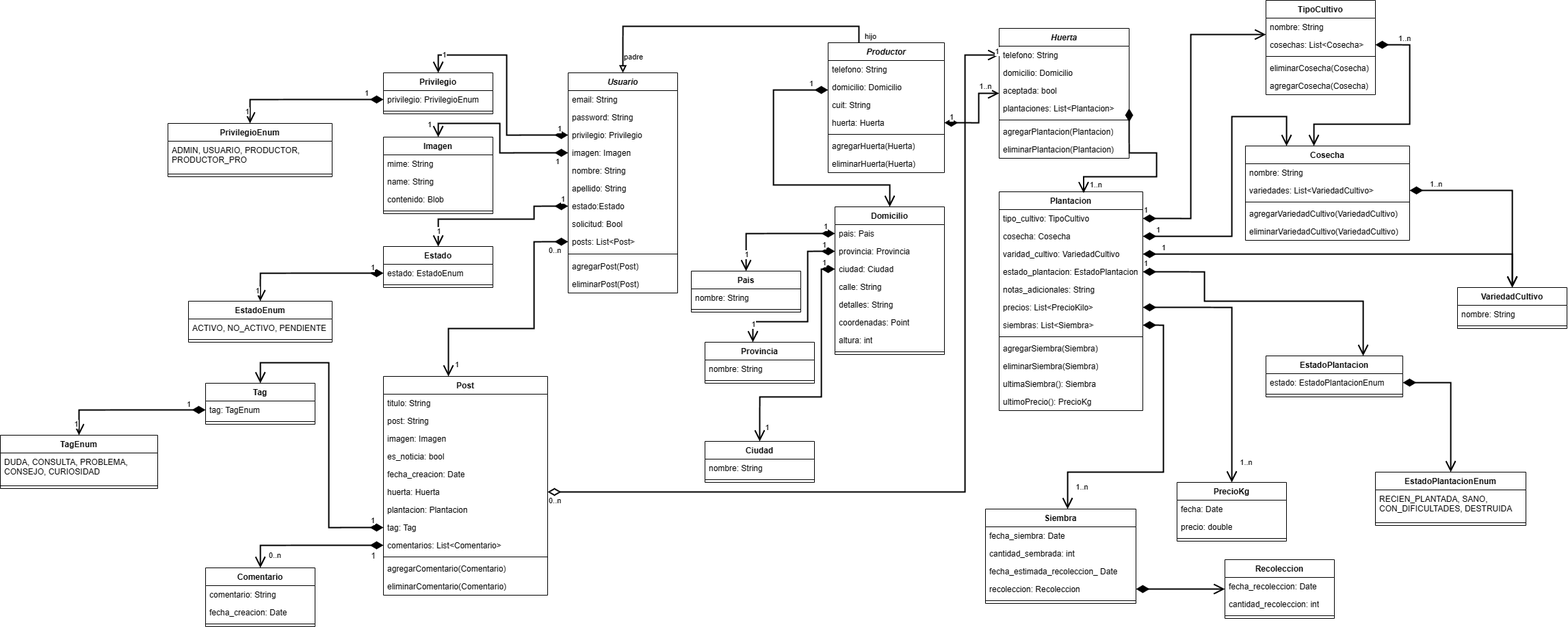
davichuder/huertas_agroecologicas keeps this draw.io diagram as diagramas/Diagrama de clases.drawio.png. Above is the earlier version. Source tidied: cells renumbered, new cells last; positions are measured from the earlier drawing's top-left corner, leaving out a move shared by most shapes.
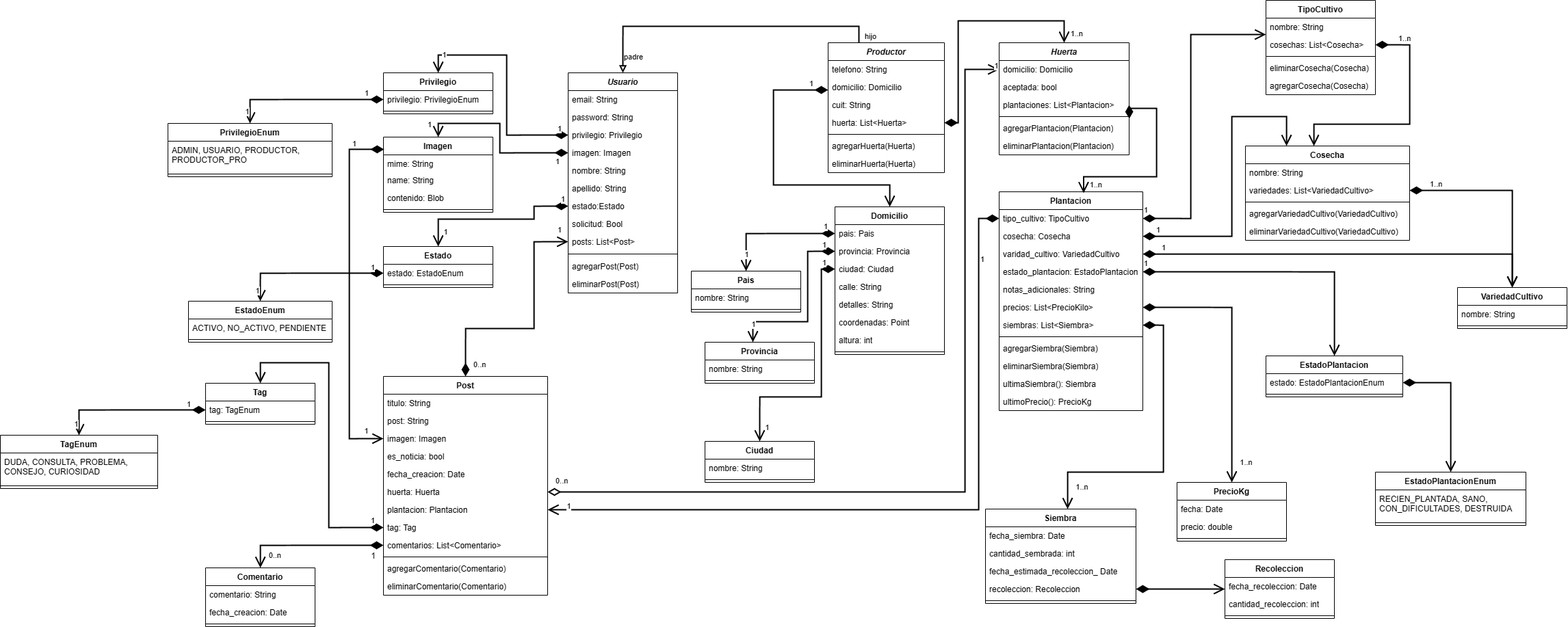
After the commit.

Diff of the diagram source:
```diff
@@ -60,19 +60,19 @@
       <mxGeometry y="70" width="240" height="8" as="geometry" />
     </mxCell>
     <mxCell id="21" value="Imagen" style="swimlane;fontStyle=1;align=center;verticalAlign=top;horizontal=1;startSize=26;whiteSpace=wrap;html=1;" parent="1" vertex="1">
-      <mxGeometry x="560" y="200" width="160" height="112" as="geometry" />
+      <mxGeometry x="560" y="200" width="160" height="110" as="geometry" />
     </mxCell>
     <mxCell id="22" value="mime: String" style="text;strokeColor=none;fillColor=none;align=left;verticalAlign=top;spacingLeft=4;spacingRight=4;overflow=hidden;whiteSpace=wrap;html=1;" parent="21" vertex="1">
-      <mxGeometry y="26" width="160" height="26" as="geometry" />
+      <mxGeometry y="26" width="160" height="24" as="geometry" />
     </mxCell>
     <mxCell id="23" value="name: String" style="text;strokeColor=none;fillColor=none;align=left;verticalAlign=top;spacingLeft=4;spacingRight=4;overflow=hidden;whiteSpace=wrap;html=1;" parent="21" vertex="1">
-      <mxGeometry y="52" width="160" height="26" as="geometry" />
+      <mxGeometry y="50" width="160" height="26" as="geometry" />
     </mxCell>
     <mxCell id="24" value="contenido: Blob" style="text;strokeColor=none;fillColor=none;align=left;verticalAlign=top;spacingLeft=4;spacingRight=4;overflow=hidden;whiteSpace=wrap;html=1;" parent="21" vertex="1">
-      <mxGeometry y="78" width="160" height="26" as="geometry" />
+      <mxGeometry y="76" width="160" height="26" as="geometry" />
     </mxCell>
     <mxCell id="25" style="line;strokeWidth=1;fillColor=none;align=left;verticalAlign=middle;spacingTop=-1;spacingLeft=3;spacingRight=3;labelPosition=right;strokeColor=inherit;" parent="21" vertex="1">
-      <mxGeometry y="104" width="160" height="8" as="geometry" />
+      <mxGeometry y="102" width="160" height="8" as="geometry" />
     </mxCell>
     <mxCell id="26" value="Pais" style="swimlane;fontStyle=1;align=center;verticalAlign=top;horizontal=1;startSize=26;whiteSpace=wrap;html=1;" parent="1" vertex="1">
       <mxGeometry x="1010" y="396" width="160" height="60" as="geometry" />
@@ -140,7 +140,7 @@
     <mxCell id="47" value="cuit: String" style="text;align=left;verticalAlign=top;spacingLeft=4;spacingRight=4;overflow=hidden;rounded=0;shadow=0;html=0;" parent="44" vertex="1">
       <mxGeometry y="78" width="170" height="26" as="geometry" />
     </mxCell>
-    <mxCell id="48" value="huerta: Huerta" style="text;strokeColor=none;fillColor=none;align=left;verticalAlign=top;spacingLeft=4;spacingRight=4;overflow=hidden;points=[[0,0.5],[1,0.5]];portConstraint=eastwest;whiteSpace=wrap;html=1;" parent="44" vertex="1">
+    <mxCell id="48" value="huerta: List&amp;lt;Huerta&amp;gt;" style="text;strokeColor=none;fillColor=none;align=left;verticalAlign=top;spacingLeft=4;spacingRight=4;overflow=hidden;points=[[0,0.5],[1,0.5]];portConstraint=eastwest;whiteSpace=wrap;html=1;" parent="44" vertex="1">
       <mxGeometry y="104" width="170" height="26" as="geometry" />
     </mxCell>
     <mxCell id="49" style="line;html=1;strokeWidth=1;align=left;verticalAlign=middle;spacingTop=-1;spacingLeft=3;spacingRight=3;labelPosition=right;" parent="44" vertex="1">
@@ -192,28 +192,25 @@
       <mxGeometry y="294" width="240" height="26" as="geometry" />
     </mxCell>
     <mxCell id="65" value="Huerta" style="swimlane;fontStyle=3;align=center;verticalAlign=top;horizontal=1;startSize=26;rounded=0;shadow=0;strokeWidth=1;" parent="1" vertex="1">
-      <mxGeometry x="1460" y="41" width="190" height="190" as="geometry" />
+      <mxGeometry x="1460" y="62" width="190" height="164" as="geometry" />
     </mxCell>
-    <mxCell id="66" value="telefono: String" style="text;align=left;verticalAlign=top;spacingLeft=4;spacingRight=4;overflow=hidden;" parent="65" vertex="1">
-      <mxGeometry y="26" width="190" height="26" as="geometry" />
-    </mxCell>
     <mxCell id="67" value="domicilio: Domicilio" style="text;align=left;verticalAlign=top;spacingLeft=4;spacingRight=4;overflow=hidden;points=[[0,0.5],[1,0.5]];portConstraint=eastwest;rounded=0;shadow=0;html=0;" parent="65" vertex="1">
-      <mxGeometry y="52" width="190" height="26" as="geometry" />
+      <mxGeometry y="26" width="190" height="26" as="geometry" />
     </mxCell>
     <mxCell id="68" value="aceptada: bool" style="text;align=left;verticalAlign=top;spacingLeft=4;spacingRight=4;overflow=hidden;rounded=0;shadow=0;html=0;" parent="65" vertex="1">
-      <mxGeometry y="78" width="190" height="26" as="geometry" />
+      <mxGeometry y="52" width="190" height="26" as="geometry" />
     </mxCell>
     <mxCell id="69" value="plantaciones: List&amp;lt;Plantacion&amp;gt;" style="text;strokeColor=none;fillColor=none;align=left;verticalAlign=top;spacingLeft=4;spacingRight=4;overflow=hidden;points=[[0,0.5],[1,0.5]];portConstraint=eastwest;whiteSpace=wrap;html=1;" parent="65" vertex="1">
-      <mxGeometry y="104" width="190" height="26" as="geometry" />
+      <mxGeometry y="78" width="190" height="26" as="geometry" />
     </mxCell>
     <mxCell id="70" style="line;html=1;strokeWidth=1;align=left;verticalAlign=middle;spacingTop=-1;spacingLeft=3;spacingRight=3;labelPosition=right;" parent="65" vertex="1">
-      <mxGeometry y="130" width="190" height="8" as="geometry" />
+      <mxGeometry y="104" width="190" height="8" as="geometry" />
     </mxCell>
     <mxCell id="71" value="agregarPlantacion(Plantacion)" style="text;strokeColor=none;fillColor=none;align=left;verticalAlign=top;spacingLeft=4;spacingRight=4;overflow=hidden;whiteSpace=wrap;html=1;" parent="65" vertex="1">
-      <mxGeometry y="138" width="190" height="26" as="geometry" />
+      <mxGeometry y="112" width="190" height="26" as="geometry" />
     </mxCell>
     <mxCell id="72" value="eliminarPlantacion(Plantacion)" style="text;strokeColor=none;fillColor=none;align=left;verticalAlign=top;spacingLeft=4;spacingRight=4;overflow=hidden;whiteSpace=wrap;html=1;" parent="65" vertex="1">
-      <mxGeometry y="164" width="190" height="26" as="geometry" />
+      <mxGeometry y="138" width="190" height="26" as="geometry" />
     </mxCell>
     <mxCell id="73" value="Tag" style="swimlane;fontStyle=1;align=center;verticalAlign=top;horizontal=1;startSize=26;whiteSpace=wrap;html=1;" parent="1" vertex="1">
       <mxGeometry x="300" y="560" width="160" height="60" as="geometry" />
@@ -430,7 +427,7 @@
     </mxCell>
     <mxCell id="140" value="1" style="edgeLabel;html=1;align=center;verticalAlign=middle;" parent="139" vertex="1">
       <mxGeometry x="0.89" y="2" relative="1" as="geometry">
-        <mxPoint x="-2" y="-8" as="offset" />
+        <mxPoint x="8" y="-7" as="offset" />
       </mxGeometry>
     </mxCell>
     <mxCell id="141" style="endArrow=open;html=1;endSize=12;startArrow=diamondThin;startSize=14;startFill=1;edgeStyle=orthogonalEdgeStyle;rounded=0;exitX=0;exitY=0.5;exitDx=0;exitDy=0;strokeWidth=2;" parent="1" edge="1" source="6" target="21">
@@ -487,23 +484,23 @@
         <mxPoint x="30" y="-30" as="offset" />
       </mxGeometry>
     </mxCell>
-    <mxCell id="150" style="endArrow=open;html=1;endSize=12;startArrow=diamondThin;startSize=14;startFill=1;edgeStyle=orthogonalEdgeStyle;rounded=0;exitX=0;exitY=0.5;exitDx=0;exitDy=0;strokeWidth=2;" parent="1" edge="1" source="11" target="52">
+    <mxCell id="150" style="endArrow=open;html=1;endSize=12;startArrow=diamondThin;startSize=14;startFill=1;edgeStyle=orthogonalEdgeStyle;rounded=0;exitX=0.5;exitY=0;exitDx=0;exitDy=0;strokeWidth=2;entryX=0;entryY=0.5;entryDx=0;entryDy=0;" parent="1" edge="1" source="52" target="11">
       <mxGeometry relative="1" as="geometry">
         <Array as="points">
+          <mxPoint x="680" y="480" />
+          <mxPoint x="780" y="480" />
           <mxPoint x="780" y="353" />
-          <mxPoint x="780" y="480" />
-          <mxPoint x="655" y="480" />
         </Array>
       </mxGeometry>
     </mxCell>
     <mxCell id="151" value="0..n" style="edgeLabel;html=1;align=left;verticalAlign=top;" parent="150" vertex="1">
       <mxGeometry x="-1" relative="1" as="geometry">
-        <mxPoint x="-30" as="offset" />
+        <mxPoint x="10" y="-30" as="offset" />
       </mxGeometry>
     </mxCell>
     <mxCell id="152" value="1" style="edgeLabel;html=1;align=right;verticalAlign=top;" parent="150" vertex="1">
       <mxGeometry x="1" relative="1" as="geometry">
-        <mxPoint x="15" y="-30" as="offset" />
+        <mxPoint x="-9" y="-30" as="offset" />
       </mxGeometry>
     </mxCell>
     <mxCell id="153" value="1" style="endArrow=open;html=1;endSize=12;startArrow=diamondThin;startSize=14;startFill=1;edgeStyle=orthogonalEdgeStyle;align=left;verticalAlign=bottom;rounded=0;strokeWidth=2;" parent="1" edge="1" source="44" target="35">
@@ -548,29 +545,18 @@
     <mxCell id="159" value="1" style="edgeLabel;html=1;align=center;verticalAlign=middle;" parent="158" vertex="1">
       <mxGeometry x="0.74" relative="1" as="geometry" />
     </mxCell>
-    <mxCell id="160" value="1" style="endArrow=open;html=1;endSize=12;startArrow=diamondThin;startSize=14;startFill=1;edgeStyle=orthogonalEdgeStyle;align=left;verticalAlign=bottom;rounded=0;exitX=1;exitY=0.5;exitDx=0;exitDy=0;strokeWidth=2;" parent="1" edge="1" source="48" target="65">
-      <mxGeometry x="-0.9" y="-1" relative="1" as="geometry">
-        <Array as="points">
-          <mxPoint x="1430" y="179" />
-          <mxPoint x="1430" y="136" />
-        </Array>
-      </mxGeometry>
-    </mxCell>
-    <mxCell id="161" value="1..n" style="edgeLabel;html=1;align=center;verticalAlign=middle;" parent="160" vertex="1">
-      <mxGeometry x="0.93" y="2" relative="1" as="geometry">
-        <mxPoint x="-16" y="-9" as="offset" />
-      </mxGeometry>
-    </mxCell>
-    <mxCell id="162" style="endArrow=open;html=1;endSize=12;startArrow=diamondThin;startSize=14;startFill=0;edgeStyle=orthogonalEdgeStyle;rounded=0;exitX=1;exitY=0.5;exitDx=0;exitDy=0;strokeWidth=2;" parent="1" edge="1" source="58" target="65">
+    <mxCell id="162" style="endArrow=open;html=1;endSize=12;startArrow=diamondThin;startSize=14;startFill=0;edgeStyle=orthogonalEdgeStyle;rounded=0;exitX=1;exitY=0.5;exitDx=0;exitDy=0;strokeWidth=2;entryX=0;entryY=0.5;entryDx=0;entryDy=0;" parent="1" edge="1" source="58" target="67">
       <mxGeometry relative="1" as="geometry">
         <Array as="points">
           <mxPoint x="1410" y="719" />
-          <mxPoint x="1410" y="80" />
+          <mxPoint x="1410" y="101" />
         </Array>
       </mxGeometry>
     </mxCell>
     <mxCell id="163" value="0..n" style="edgeLabel;html=1;align=left;verticalAlign=top;" parent="162" vertex="1">
-      <mxGeometry x="-1" relative="1" as="geometry" />
+      <mxGeometry x="-1" relative="1" as="geometry">
+        <mxPoint x="10" y="-29" as="offset" />
+      </mxGeometry>
     </mxCell>
     <mxCell id="164" value="1" style="edgeLabel;html=1;align=center;verticalAlign=middle;" parent="162" vertex="1">
       <mxGeometry x="0.97" y="-2" relative="1" as="geometry">
@@ -583,9 +569,9 @@
     <mxCell id="166" style="endArrow=open;html=1;endSize=12;startArrow=diamondThin;startSize=14;startFill=1;rounded=0;entryX=0.588;entryY=0.006;entryDx=0;entryDy=0;entryPerimeter=0;edgeStyle=orthogonalEdgeStyle;exitX=1;exitY=0.5;exitDx=0;exitDy=0;strokeWidth=2;" parent="1" edge="1" source="69" target="89">
       <mxGeometry relative="1" as="geometry">
         <Array as="points">
-          <mxPoint x="1690" y="223" />
+          <mxPoint x="1690" y="158" />
           <mxPoint x="1690" y="258" />
-          <mxPoint x="1584" y="258" />
+          <mxPoint x="1583" y="258" />
         </Array>
       </mxGeometry>
     </mxCell>
@@ -613,13 +599,7 @@
       </mxGeometry>
     </mxCell>
     <mxCell id="170" value="1" style="endArrow=open;html=1;endSize=12;startArrow=diamondThin;startSize=14;startFill=1;align=left;verticalAlign=bottom;rounded=0;exitX=1;exitY=0.5;exitDx=0;exitDy=0;edgeStyle=orthogonalEdgeStyle;strokeWidth=2;" parent="1" edge="1" source="93" target="117">
-      <mxGeometry x="-1" y="3" relative="1" as="geometry">
-        <Array as="points">
-          <mxPoint x="1760" y="397" />
-          <mxPoint x="1760" y="440" />
-          <mxPoint x="1992" y="440" />
-        </Array>
-      </mxGeometry>
+      <mxGeometry x="-1" y="3" relative="1" as="geometry" />
     </mxCell>
     <mxCell id="171" value="1" style="endArrow=open;html=1;endSize=12;startArrow=diamondThin;startSize=14;startFill=1;align=left;verticalAlign=bottom;rounded=0;edgeStyle=orthogonalEdgeStyle;strokeWidth=2;" parent="1" edge="1" source="92" target="114">
       <mxGeometry x="-0.91" relative="1" as="geometry" />
@@ -688,5 +668,45 @@
     <mxCell id="185" style="endArrow=open;html=1;endSize=12;startArrow=diamondThin;startSize=14;startFill=1;align=left;verticalAlign=bottom;rounded=0;edgeStyle=orthogonalEdgeStyle;exitX=1;exitY=0.5;exitDx=0;exitDy=0;strokeWidth=2;" parent="1" edge="1" source="131" target="133">
       <mxGeometry x="-1" y="3" relative="1" as="geometry" />
     </mxCell>
+    <mxCell id="186" value="1" style="endArrow=open;html=1;endSize=12;startArrow=diamondThin;startSize=14;startFill=1;edgeStyle=orthogonalEdgeStyle;align=left;verticalAlign=bottom;rounded=0;exitX=0.005;exitY=0.163;exitDx=0;exitDy=0;strokeWidth=2;exitPerimeter=0;entryX=0;entryY=0.5;entryDx=0;entryDy=0;" parent="1" edge="1" source="21" target="55">
+      <mxGeometry x="-0.82" y="1" relative="1" as="geometry">
+        <Array as="points">
+          <mxPoint x="510" y="218" />
+          <mxPoint x="510" y="641" />
+        </Array>
+      </mxGeometry>
+    </mxCell>
+    <mxCell id="187" value="1" style="edgeLabel;html=1;align=center;verticalAlign=middle;" parent="186" vertex="1">
+      <mxGeometry x="0.93" y="3" relative="1" as="geometry">
+        <mxPoint x="-8" y="-9" as="offset" />
+      </mxGeometry>
+    </mxCell>
+    <mxCell id="188" value="1" style="endArrow=open;html=1;endSize=12;startArrow=diamondThin;startSize=14;startFill=1;edgeStyle=orthogonalEdgeStyle;align=left;verticalAlign=bottom;rounded=0;exitX=0;exitY=0.5;exitDx=0;exitDy=0;strokeWidth=2;entryX=1;entryY=0.5;entryDx=0;entryDy=0;" parent="1" edge="1" source="90" target="59">
+      <mxGeometry x="-0.82" y="1" relative="1" as="geometry">
+        <Array as="points">
+          <mxPoint x="1430" y="319" />
+          <mxPoint x="1430" y="745" />
+        </Array>
+      </mxGeometry>
+    </mxCell>
+    <mxCell id="189" value="1" style="edgeLabel;html=1;align=center;verticalAlign=middle;" parent="188" vertex="1">
+      <mxGeometry x="0.93" y="3" relative="1" as="geometry">
+        <mxPoint x="-8" y="-9" as="offset" />
+      </mxGeometry>
+    </mxCell>
+    <mxCell id="160" style="endArrow=open;html=1;endSize=12;startArrow=diamondThin;startSize=14;startFill=1;rounded=0;edgeStyle=orthogonalEdgeStyle;strokeWidth=2;entryX=0.5;entryY=0;entryDx=0;entryDy=0;exitX=1;exitY=0.5;exitDx=0;exitDy=0;" parent="1" edge="1" source="48" target="65">
+      <mxGeometry relative="1" as="geometry">
+        <Array as="points">
+          <mxPoint x="1400" y="179" />
+          <mxPoint x="1400" y="30" />
+          <mxPoint x="1555" y="30" />
+        </Array>
+      </mxGeometry>
+    </mxCell>
+    <mxCell id="161" value="1..n" style="edgeLabel;html=1;align=right;verticalAlign=top;" parent="160" vertex="1">
+      <mxGeometry x="1" relative="1" as="geometry">
+        <mxPoint x="27" y="-25" as="offset" />
+      </mxGeometry>
+    </mxCell>
   </root>
 </mxGraphModel>
```
